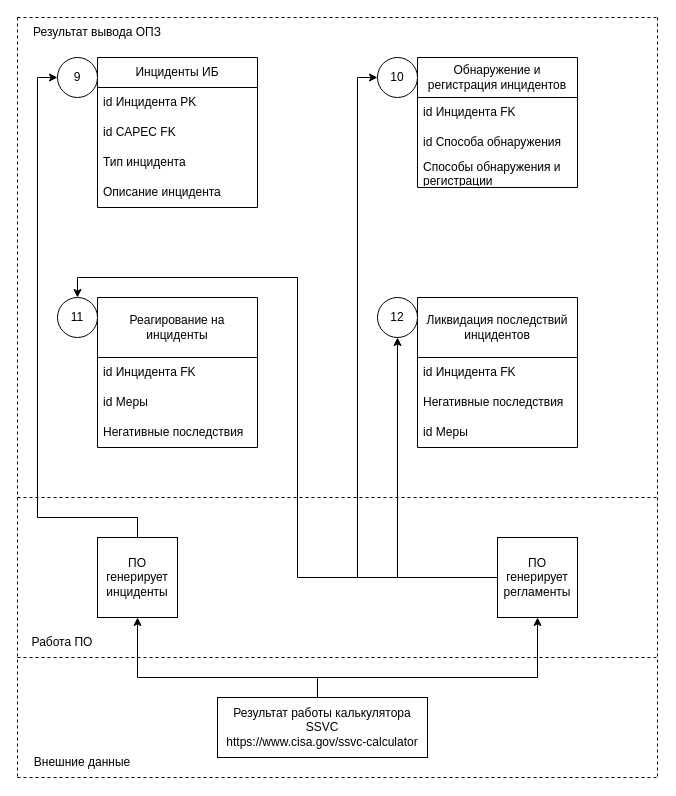
SmirnovBogdan8/Diplom keeps this draw.io diagram as New_Shema_OPZ/(Обновленная схема ОПЗ) Частные регламенты.drawio. Above is the earlier version. Source tidied: cells renumbered, new cells numbered last; positions are measured from the earlier drawing's top-left corner, leaving out a move shared by most shapes. Both pictures are drawn from the tidied source at 100%, with x=0, y=0 at pixel (17, 17).
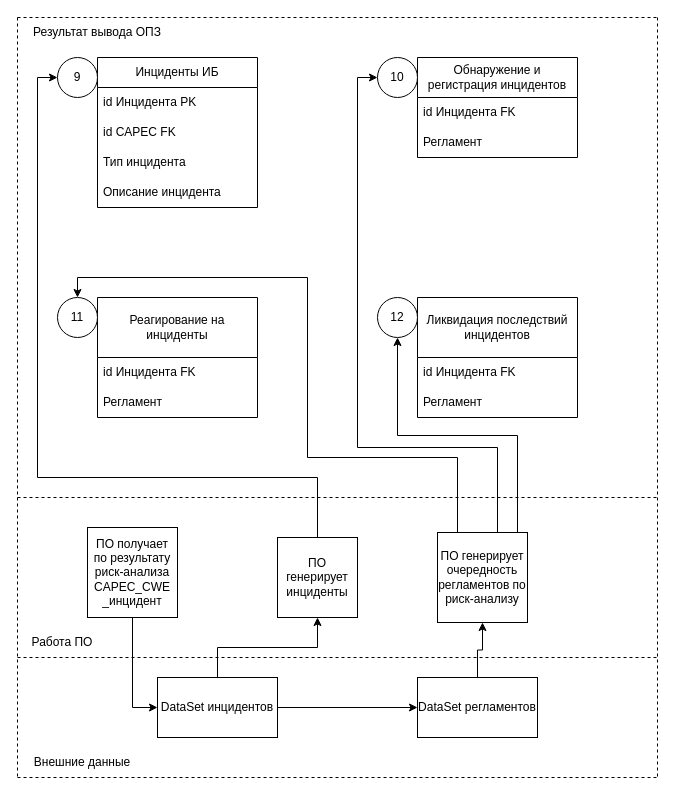
Above is the later version.

Unchanged cells that the change refers to:
```xml
<mxCell id="25" value="9" style="ellipse;whiteSpace=wrap;html=1;" parent="1" vertex="1">
  <mxGeometry x="40" y="40" width="40" height="40" as="geometry" />
</mxCell>
<mxCell id="26" value="10" style="ellipse;whiteSpace=wrap;html=1;" parent="1" vertex="1">
  <mxGeometry x="360" y="40" width="40" height="40" as="geometry" />
</mxCell>
<mxCell id="27" value="11" style="ellipse;whiteSpace=wrap;html=1;" parent="1" vertex="1">
  <mxGeometry x="40" y="280" width="40" height="40" as="geometry" />
</mxCell>
<mxCell id="28" value="12" style="ellipse;whiteSpace=wrap;html=1;" parent="1" vertex="1">
  <mxGeometry x="360" y="280" width="40" height="40" as="geometry" />
</mxCell>
```

The edit, as a diff of the source:
```diff
@@
     <mxCell id="6" value="Обнаружение и регистрация инцидентов" style="swimlane;fontStyle=0;horizontal=1;startSize=40;whiteSpace=wrap;html=1;" parent="1" vertex="1">
-      <mxGeometry x="400" y="40" width="160" height="130" as="geometry" />
+      <mxGeometry x="400" y="40" width="160" height="100" as="geometry" />
     </mxCell>
@@
-    <mxCell id="8" value="id Способа обнаружения" style="text;strokeColor=none;fillColor=none;align=left;verticalAlign=middle;spacingLeft=4;spacingRight=4;overflow=hidden;whiteSpace=wrap;html=1;" parent="6" vertex="1">
-      <mxGeometry y="70" width="160" height="30" as="geometry" />
-    </mxCell>
-    <mxCell id="9" value="Способы обнаружения и регистрации" style="text;strokeColor=none;fillColor=none;align=left;verticalAlign=middle;spacingLeft=4;spacingRight=4;overflow=hidden;whiteSpace=wrap;html=1;" parent="6" vertex="1">
-      <mxGeometry y="100" width="160" height="30" as="geometry" />
+    <mxCell id="9" value="Регламент" style="text;strokeColor=none;fillColor=none;align=left;verticalAlign=middle;spacingLeft=4;spacingRight=4;overflow=hidden;whiteSpace=wrap;html=1;" parent="6" vertex="1">
+      <mxGeometry y="70" width="160" height="30" as="geometry" />
     </mxCell>
@@
     <mxCell id="15" value="Реагирование на инциденты" style="swimlane;fontStyle=0;horizontal=1;startSize=60;whiteSpace=wrap;html=1;" parent="1" vertex="1">
-      <mxGeometry x="80" y="280" width="160" height="150" as="geometry" />
+      <mxGeometry x="80" y="280" width="160" height="120" as="geometry" />
     </mxCell>
@@
-    <mxCell id="17" value="id Меры" style="text;strokeColor=none;fillColor=none;align=left;verticalAlign=middle;spacingLeft=4;spacingRight=4;overflow=hidden;whiteSpace=wrap;html=1;" parent="15" vertex="1">
+    <mxCell id="17" value="Регламент" style="text;strokeColor=none;fillColor=none;align=left;verticalAlign=middle;spacingLeft=4;spacingRight=4;overflow=hidden;whiteSpace=wrap;html=1;" parent="15" vertex="1">
       <mxGeometry y="90" width="160" height="30" as="geometry" />
     </mxCell>
-    <mxCell id="18" value="Негативные последствия" style="text;strokeColor=none;fillColor=none;align=left;verticalAlign=middle;spacingLeft=4;spacingRight=4;overflow=hidden;whiteSpace=wrap;html=1;" parent="15" vertex="1">
-      <mxGeometry y="120" width="160" height="30" as="geometry" />
-    </mxCell>
     <mxCell id="19" value="Ликвидация последствий инцидентов" style="swimlane;fontStyle=0;horizontal=1;startSize=60;whiteSpace=wrap;html=1;" parent="1" vertex="1">
-      <mxGeometry x="400" y="280" width="160" height="150" as="geometry" />
+      <mxGeometry x="400" y="280" width="160" height="120" as="geometry" />
     </mxCell>
@@
-    <mxCell id="21" value="Негативные последствия" style="text;strokeColor=none;fillColor=none;align=left;verticalAlign=middle;spacingLeft=4;spacingRight=4;overflow=hidden;whiteSpace=wrap;html=1;" parent="19" vertex="1">
-      <mxGeometry y="90" width="160" height="30" as="geometry" />
-    </mxCell>
-    <mxCell id="22" value="id Меры" style="text;strokeColor=none;fillColor=none;align=left;verticalAlign=middle;spacingLeft=4;spacingRight=4;overflow=hidden;whiteSpace=wrap;html=1;" parent="19" vertex="1">
-      <mxGeometry y="120" width="160" height="30" as="geometry" />
+    <mxCell id="22" value="Регламент" style="text;strokeColor=none;fillColor=none;align=left;verticalAlign=middle;spacingLeft=4;spacingRight=4;overflow=hidden;whiteSpace=wrap;html=1;" parent="19" vertex="1">
+      <mxGeometry y="90" width="160" height="30" as="geometry" />
     </mxCell>
-    <mxCell id="23" style="edgeStyle=orthogonalEdgeStyle;rounded=0;jettySize=auto;html=1;exitX=0.5;exitY=0;exitDx=0;exitDy=0;entryX=0;entryY=0.5;entryDx=0;entryDy=0;" parent="1" edge="1" source="24" target="25">
-      <mxGeometry relative="1" as="geometry">
-        <Array as="points">
-          <mxPoint x="120" y="500" />
-          <mxPoint x="20" y="500" />
-          <mxPoint x="20" y="60" />
-        </Array>
-      </mxGeometry>
-    </mxCell>
-    <mxCell id="24" value="ПО генерирует инциденты" style="whiteSpace=wrap;html=1;" parent="1" vertex="1">
-      <mxGeometry x="80" y="520" width="80" height="80" as="geometry" />
-    </mxCell>
@@
-    <mxCell id="30" style="edgeStyle=orthogonalEdgeStyle;rounded=0;jettySize=auto;html=1;exitX=0.5;exitY=0;exitDx=0;exitDy=0;entryX=0.5;entryY=1;entryDx=0;entryDy=0;" parent="1" edge="1" source="32" target="24">
-      <mxGeometry relative="1" as="geometry">
-        <Array as="points">
-          <mxPoint x="300" y="660" />
-          <mxPoint x="120" y="660" />
-        </Array>
-      </mxGeometry>
-    </mxCell>
-    <mxCell id="31" style="edgeStyle=orthogonalEdgeStyle;rounded=0;jettySize=auto;html=1;exitX=0.5;exitY=0;exitDx=0;exitDy=0;entryX=0.5;entryY=1;entryDx=0;entryDy=0;" parent="1" edge="1" source="32" target="37">
-      <mxGeometry relative="1" as="geometry">
-        <Array as="points">
-          <mxPoint x="300" y="660" />
-          <mxPoint x="520" y="660" />
-        </Array>
-      </mxGeometry>
-    </mxCell>
-    <mxCell id="32" value="Результат работы калькулятора SSVC&lt;div&gt;https://www.cisa.gov/ssvc-calculator&lt;br&gt;&lt;/div&gt;" style="rounded=0;whiteSpace=wrap;html=1;" parent="1" vertex="1">
-      <mxGeometry x="200" y="680" width="210" height="60" as="geometry" />
-    </mxCell>
@@
-    <mxCell id="34" style="edgeStyle=orthogonalEdgeStyle;rounded=0;jettySize=auto;html=1;exitX=0;exitY=0.5;exitDx=0;exitDy=0;entryX=0.5;entryY=0;entryDx=0;entryDy=0;" parent="1" edge="1" source="37" target="27">
-      <mxGeometry relative="1" as="geometry" />
-    </mxCell>
-    <mxCell id="35" style="edgeStyle=orthogonalEdgeStyle;rounded=0;jettySize=auto;html=1;exitX=0;exitY=0.5;exitDx=0;exitDy=0;entryX=0.5;entryY=1;entryDx=0;entryDy=0;" parent="1" edge="1" source="37" target="28">
-      <mxGeometry relative="1" as="geometry" />
-    </mxCell>
-    <mxCell id="36" style="edgeStyle=orthogonalEdgeStyle;rounded=0;jettySize=auto;html=1;exitX=0;exitY=0.5;exitDx=0;exitDy=0;entryX=0;entryY=0.5;entryDx=0;entryDy=0;" parent="1" edge="1" source="37" target="26">
-      <mxGeometry relative="1" as="geometry" />
-    </mxCell>
-    <mxCell id="37" value="ПО генерирует регламенты" style="whiteSpace=wrap;html=1;" parent="1" vertex="1">
-      <mxGeometry x="480" y="520" width="80" height="80" as="geometry" />
-    </mxCell>
@@
+    <mxCell id="41" style="edgeStyle=orthogonalEdgeStyle;rounded=0;jettySize=auto;html=1;exitX=0.5;exitY=0;exitDx=0;exitDy=0;entryX=0.5;entryY=1;entryDx=0;entryDy=0;" parent="1" edge="1" source="43" target="24">
+      <mxGeometry relative="1" as="geometry" />
+    </mxCell>
+    <mxCell id="42" style="edgeStyle=orthogonalEdgeStyle;rounded=0;jettySize=auto;html=1;entryX=0;entryY=0.5;entryDx=0;entryDy=0;" parent="1" edge="1" source="43" target="47">
+      <mxGeometry relative="1" as="geometry" />
+    </mxCell>
+    <mxCell id="43" value="DataSet инцидентов" style="rounded=0;whiteSpace=wrap;html=1;" parent="1" vertex="1">
+      <mxGeometry x="140" y="660" width="120" height="60" as="geometry" />
+    </mxCell>
+    <mxCell id="44" style="edgeStyle=orthogonalEdgeStyle;rounded=0;jettySize=auto;html=1;exitX=0.5;exitY=1;exitDx=0;exitDy=0;entryX=0;entryY=0.5;entryDx=0;entryDy=0;" parent="1" edge="1" source="45" target="43">
+      <mxGeometry relative="1" as="geometry" />
+    </mxCell>
+    <mxCell id="45" value="ПО получает по результату риск-анализа CAPEC_CWE&lt;div&gt;_инцидент&lt;/div&gt;" style="whiteSpace=wrap;html=1;" parent="1" vertex="1">
+      <mxGeometry x="70" y="510" width="90" height="90" as="geometry" />
+    </mxCell>
+    <mxCell id="23" style="edgeStyle=orthogonalEdgeStyle;rounded=0;jettySize=auto;html=1;exitX=0.5;exitY=0;exitDx=0;exitDy=0;entryX=0;entryY=0.5;entryDx=0;entryDy=0;" parent="1" edge="1" source="24" target="25">
+      <mxGeometry relative="1" as="geometry">
+        <Array as="points">
+          <mxPoint x="300" y="460" />
+          <mxPoint x="20" y="460" />
+          <mxPoint x="20" y="60" />
+        </Array>
+      </mxGeometry>
+    </mxCell>
+    <mxCell id="24" value="ПО генерирует инциденты" style="whiteSpace=wrap;html=1;" parent="1" vertex="1">
+      <mxGeometry x="260" y="520" width="80" height="80" as="geometry" />
+    </mxCell>
+    <mxCell id="46" style="edgeStyle=orthogonalEdgeStyle;rounded=0;jettySize=auto;html=1;exitX=0.5;exitY=0;exitDx=0;exitDy=0;entryX=0.5;entryY=1;entryDx=0;entryDy=0;" parent="1" edge="1" source="47" target="51">
+      <mxGeometry relative="1" as="geometry" />
+    </mxCell>
+    <mxCell id="47" value="DataSet регламентов" style="rounded=0;whiteSpace=wrap;html=1;" parent="1" vertex="1">
+      <mxGeometry x="400" y="660" width="120" height="60" as="geometry" />
+    </mxCell>
+    <mxCell id="48" style="edgeStyle=orthogonalEdgeStyle;rounded=0;jettySize=auto;html=1;exitX=0.5;exitY=0;exitDx=0;exitDy=0;entryX=0.5;entryY=1;entryDx=0;entryDy=0;" parent="1" edge="1" source="51" target="28">
+      <mxGeometry relative="1" as="geometry">
+        <Array as="points">
+          <mxPoint x="500" y="515" />
+          <mxPoint x="500" y="418" />
+          <mxPoint x="380" y="418" />
+        </Array>
+      </mxGeometry>
+    </mxCell>
+    <mxCell id="49" style="edgeStyle=orthogonalEdgeStyle;rounded=0;jettySize=auto;html=1;exitX=0.5;exitY=0;exitDx=0;exitDy=0;entryX=0;entryY=0.5;entryDx=0;entryDy=0;" parent="1" edge="1" source="51" target="26">
+      <mxGeometry relative="1" as="geometry">
+        <Array as="points">
+          <mxPoint x="480" y="430" />
+          <mxPoint x="340" y="430" />
+          <mxPoint x="340" y="60" />
+        </Array>
+      </mxGeometry>
+    </mxCell>
+    <mxCell id="50" style="edgeStyle=orthogonalEdgeStyle;rounded=0;jettySize=auto;html=1;exitX=0;exitY=0.5;exitDx=0;exitDy=0;entryX=0.5;entryY=0;entryDx=0;entryDy=0;" parent="1" edge="1" source="51" target="27">
+      <mxGeometry relative="1" as="geometry">
+        <Array as="points">
+          <mxPoint x="440" y="440" />
+          <mxPoint x="290" y="440" />
+          <mxPoint x="290" y="260" />
+          <mxPoint x="60" y="260" />
+        </Array>
+      </mxGeometry>
+    </mxCell>
+    <mxCell id="51" value="ПО генерирует очередность регламентов по риск-анализу" style="whiteSpace=wrap;html=1;" parent="1" vertex="1">
+      <mxGeometry x="420" y="515" width="90" height="90" as="geometry" />
+    </mxCell>
```
